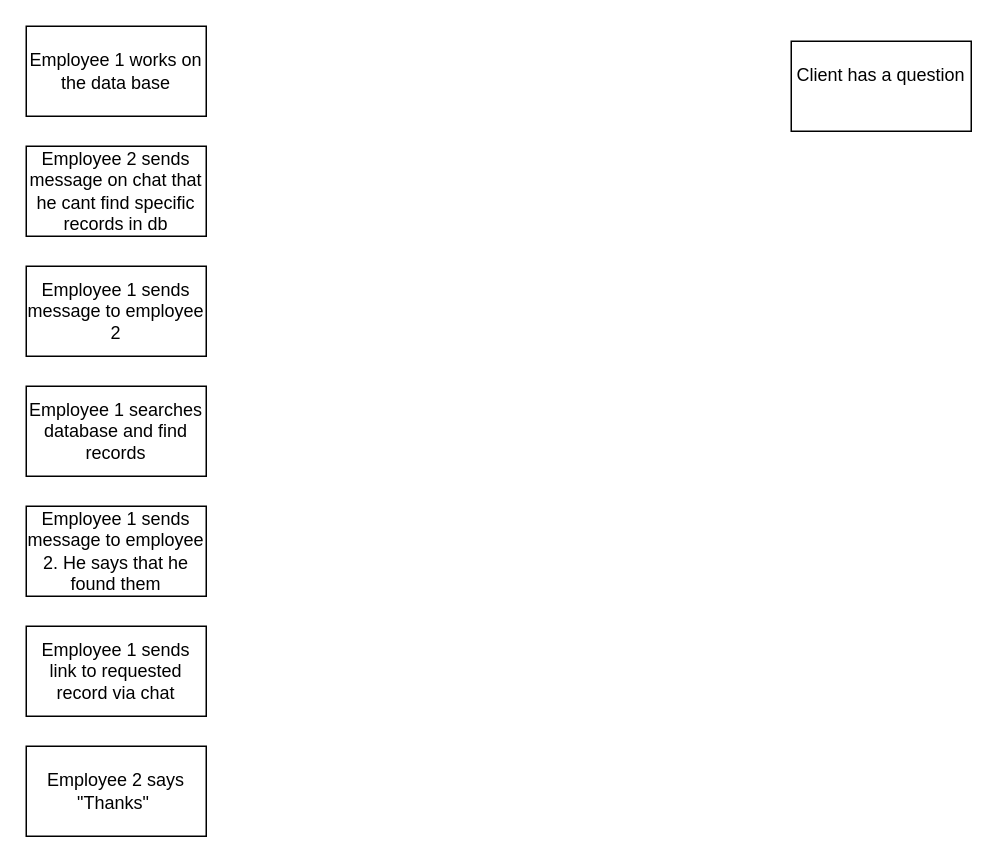
The draw.io diagram internship_s8/Userflow.drawio in Gryfin123/diagrams_with_no_context, before the edit. Source tidied: cells renumbered, new cells numbered last; positions are measured from the earlier drawing's top-left corner, leaving out a move shared by most shapes. Both pictures are drawn from the tidied source at 150%, with x=0, y=0 at pixel (26, 26).
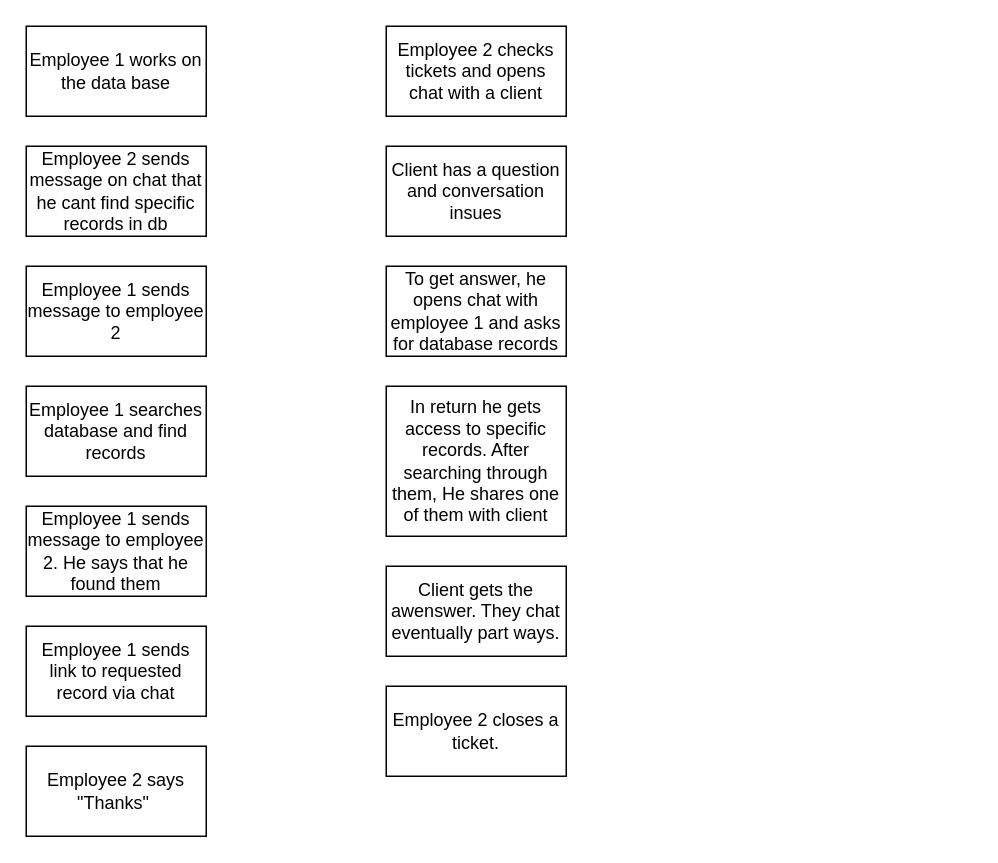
The same page after the edit.

Diff of the diagram source:
```diff
@@
 <mxGraphModel>
   <root>
     <mxCell id="0" />
     <mxCell id="1" parent="0" />
-    <mxCell id="2" value="Client has a question&lt;div&gt;&lt;br/&gt;&lt;/div&gt;" style="rounded=0;whiteSpace=wrap;html=1;" parent="1" vertex="1">
-      <mxGeometry x="510" y="10" width="120" height="60" as="geometry" />
+    <mxCell id="2" value="Client has a question and conversation insues" style="rounded=0;whiteSpace=wrap;html=1;" parent="1" vertex="1">
+      <mxGeometry x="240" y="80" width="120" height="60" as="geometry" />
     </mxCell>
     <mxCell id="3" value="Employee 1 works on the data base" style="rounded=0;whiteSpace=wrap;html=1;" parent="1" vertex="1">
       <mxGeometry width="120" height="60" as="geometry" />
     </mxCell>
     <mxCell id="4" value="Employee 2 sends message on chat that he cant find specific records in db" style="rounded=0;whiteSpace=wrap;html=1;" parent="1" vertex="1">
       <mxGeometry y="80" width="120" height="60" as="geometry" />
     </mxCell>
     <mxCell id="5" value="Employee 1 searches database and find records" style="rounded=0;whiteSpace=wrap;html=1;" parent="1" vertex="1">
       <mxGeometry y="240" width="120" height="60" as="geometry" />
     </mxCell>
     <mxCell id="6" value="Employee 1 sends message to employee 2" style="rounded=0;whiteSpace=wrap;html=1;" parent="1" vertex="1">
       <mxGeometry y="160" width="120" height="60" as="geometry" />
     </mxCell>
     <mxCell id="7" value="Employee 1 sends message to employee 2. He says that he found them" style="rounded=0;whiteSpace=wrap;html=1;" parent="1" vertex="1">
       <mxGeometry y="320" width="120" height="60" as="geometry" />
     </mxCell>
     <mxCell id="8" value="Employee 1 sends link to requested record via chat" style="rounded=0;whiteSpace=wrap;html=1;" parent="1" vertex="1">
       <mxGeometry y="400" width="120" height="60" as="geometry" />
     </mxCell>
     <mxCell id="9" value="Employee 2 says &quot;Thanks&quot;&amp;nbsp;" style="rounded=0;whiteSpace=wrap;html=1;" parent="1" vertex="1">
       <mxGeometry y="480" width="120" height="60" as="geometry" />
     </mxCell>
+    <mxCell id="10" value="Employee 2 checks tickets and opens chat with a client" style="rounded=0;whiteSpace=wrap;html=1;" parent="1" vertex="1">
+      <mxGeometry x="240" width="120" height="60" as="geometry" />
+    </mxCell>
+    <mxCell id="11" value="To get answer, he opens chat with employee 1 and asks for database records" style="rounded=0;whiteSpace=wrap;html=1;" parent="1" vertex="1">
+      <mxGeometry x="240" y="160" width="120" height="60" as="geometry" />
+    </mxCell>
+    <mxCell id="12" value="In return he gets access to specific records. After searching through them, He shares one of them with client" style="rounded=0;whiteSpace=wrap;html=1;" parent="1" vertex="1">
+      <mxGeometry x="240" y="240" width="120" height="100" as="geometry" />
+    </mxCell>
+    <mxCell id="13" value="Client gets the awenswer. They chat eventually part ways." style="rounded=0;whiteSpace=wrap;html=1;" parent="1" vertex="1">
+      <mxGeometry x="240" y="360" width="120" height="60" as="geometry" />
+    </mxCell>
+    <mxCell id="14" value="Employee 2 closes a ticket." style="rounded=0;whiteSpace=wrap;html=1;" parent="1" vertex="1">
+      <mxGeometry x="240" y="440" width="120" height="60" as="geometry" />
+    </mxCell>
   </root>
 </mxGraphModel>
```
